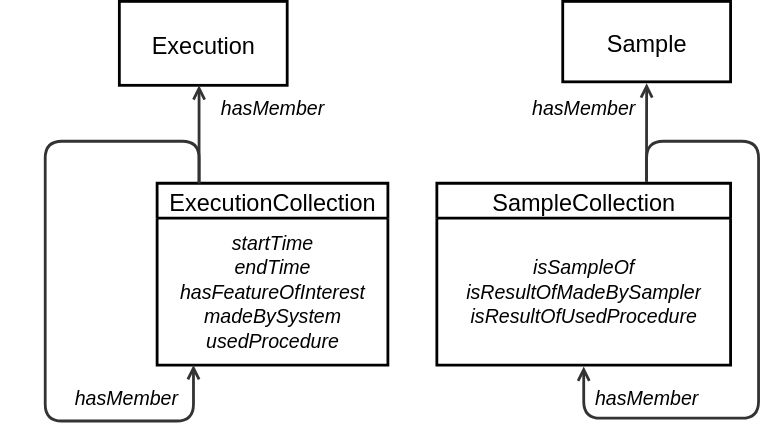
Before: ssn/images/Collections-overview.svg, a diagram exported from draw.io (w3c/sdw-sosa-ssn). Source tidied: cells renumbered, new cells last; positions are measured from the earlier drawing's top-left corner, leaving out a move shared by most shapes. Source of this version:
```xml
<mxGraphModel>
  <root>
    <mxCell id="0" />
    <mxCell id="1" parent="0" />
    <mxCell id="2" value="Sample" style="html=1;overflow=block;blockSpacing=1;whiteSpace=wrap;fontSize=16.8;align=center;spacing=0;strokeColor=#000000;strokeOpacity=100;fillColor=none;strokeWidth=2;fontColor=default;convertToSvg=1;" parent="1" vertex="1">
      <mxGeometry x="402" width="120" height="57.5" as="geometry" />
    </mxCell>
    <mxCell id="3" value="SampleCollection" style="html=1;overflow=block;blockSpacing=1;swimlane;horizontal=1;fontStyle=0;swimlaneFillColor=none;startSize=25;whiteSpace=wrap;fontSize=16.8;align=center;spacing=0;strokeColor=#000000;strokeOpacity=100;fillColor=none;strokeWidth=2;fontColor=default;convertToSvg=1;" parent="1" vertex="1">
      <mxGeometry x="312" y="130" width="210" height="130" as="geometry" />
    </mxCell>
    <mxCell id="4" value="&lt;div style=&quot;display: flex; justify-content: center; text-align: center; align-items: baseline; line-height: 1.25; margin-top: -2px;&quot;&gt;&lt;span style=&quot;font-style: italic;&quot;&gt;&lt;font style=&quot;font-size: 14px;&quot;&gt;isSampleOf&lt;/font&gt;&lt;/span&gt;&lt;/div&gt;&lt;div style=&quot;display: flex; justify-content: center; text-align: center; align-items: baseline; line-height: 1.25; margin-top: -2px;&quot;&gt;&lt;span&gt;&lt;span style=&quot;font-style: italic;&quot;&gt;&lt;font style=&quot;font-size: 14px;&quot;&gt;isResultOfMadeBySampler&lt;br&gt;&lt;/font&gt;&lt;/span&gt;&lt;/span&gt;&lt;/div&gt;&lt;div style=&quot;display: flex; justify-content: center; text-align: center; align-items: baseline; line-height: 1.25; margin-top: -2px;&quot;&gt;&lt;span style=&quot;font-style: italic;&quot;&gt;&lt;font style=&quot;font-size: 14px;&quot;&gt;isResultOfUsedProcedure&lt;/font&gt;&lt;/span&gt;&lt;/div&gt;" style="html=1;strokeColor=none;fillColor=none;verticalAlign=middle;spacingLeft=4;spacingRight=4;overflow=hidden;swimlaneFillColor=#unset;strokeOpacity=100;whiteSpace=wrap;fontSize=15.2;fontStyle=2;align=center;fontColor=default;convertToSvg=1;strokeWidth=2;" parent="3" vertex="1">
      <mxGeometry y="25" width="210" height="105" as="geometry" />
    </mxCell>
    <mxCell id="5" style="html=1;jettySize=18;whiteSpace=wrap;overflow=block;blockSpacing=1;fontSize=13;strokeColor=#333333;strokeOpacity=100;strokeWidth=2;rounded=1;arcSize=24;edgeStyle=orthogonalEdgeStyle;startArrow=none;endArrow=open;exitX=0.714;exitY=-0.008;exitPerimeter=0;entryX=0.5;entryY=1.019;entryPerimeter=0;lucidId=q-viuPLhjX~.;fontColor=default;convertToSvg=1;" parent="1" edge="1" source="3" target="2">
      <mxGeometry relative="1" as="geometry" />
    </mxCell>
    <mxCell id="6" value="hasMember" style="html=1;overflow=block;blockSpacing=1;whiteSpace=wrap;fontSize=14;fontColor=default;fontStyle=2;align=center;spacing=0;strokeColor=none;strokeOpacity=100;fillOpacity=100;fillColor=none;strokeWidth=2;lucidId=F-vikUpGgE~q;convertToSvg=1;" parent="1" vertex="1">
      <mxGeometry x="372" y="60.5" width="90" height="30" as="geometry" />
    </mxCell>
    <mxCell id="7" style="html=1;jettySize=18;whiteSpace=wrap;overflow=block;blockSpacing=1;fontSize=13;strokeColor=#333333;strokeOpacity=100;strokeWidth=2;rounded=1;arcSize=24;edgeStyle=orthogonalEdgeStyle;startArrow=none;endArrow=open;exitX=0.714;exitY=-0.008;exitPerimeter=0;entryX=0.5;entryY=1.008;entryPerimeter=0;lucidId=x~vinYepkpvg;fontColor=default;convertToSvg=1;" parent="1" edge="1" source="3" target="3">
      <mxGeometry relative="1" as="geometry">
        <Array as="points">
          <mxPoint x="462" y="100" />
          <mxPoint x="542" y="100" />
          <mxPoint x="542" y="298" />
          <mxPoint x="417" y="298" />
        </Array>
      </mxGeometry>
    </mxCell>
    <mxCell id="8" value="hasMember" style="html=1;overflow=block;blockSpacing=1;whiteSpace=wrap;fontSize=14;fontColor=default;fontStyle=2;align=center;spacing=0;strokeColor=none;strokeOpacity=100;fillOpacity=100;fillColor=none;strokeWidth=2;lucidId=R~vi6TBi1Bkf;convertToSvg=1;" parent="1" vertex="1">
      <mxGeometry x="372" y="260" width="180" height="45" as="geometry" />
    </mxCell>
    <mxCell id="9" value="ExecutionCollection" style="html=1;overflow=block;blockSpacing=1;swimlane;horizontal=1;fontStyle=0;swimlaneFillColor=none;startSize=25;whiteSpace=wrap;fontSize=16.8;align=center;spacing=0;strokeColor=#000000;strokeOpacity=100;fillColor=none;strokeWidth=2;fontColor=default;convertToSvg=1;" parent="1" vertex="1">
      <mxGeometry x="112" y="130" width="165" height="130" as="geometry" />
    </mxCell>
    <mxCell id="10" value="&lt;div style=&quot;display: flex; justify-content: center; text-align: center; align-items: baseline; line-height: 1.25; margin-top: -2px;&quot;&gt;&lt;span style=&quot;font-style: italic;&quot;&gt;&lt;font style=&quot;font-size: 14px;&quot;&gt;startTime&lt;br&gt;&lt;/font&gt;&lt;/span&gt;&lt;/div&gt;&lt;div style=&quot;display: flex; justify-content: center; text-align: center; align-items: baseline; line-height: 1.25; margin-top: -2px;&quot;&gt;&lt;span&gt;&lt;span style=&quot;font-style: italic;&quot;&gt;&lt;font style=&quot;font-size: 14px;&quot;&gt;endTime&lt;br&gt;&lt;/font&gt;&lt;/span&gt;&lt;/span&gt;&lt;/div&gt;&lt;div style=&quot;display: flex; justify-content: center; text-align: center; align-items: baseline; line-height: 1.25; margin-top: -2px;&quot;&gt;&lt;span&gt;&lt;span style=&quot;font-style: italic;&quot;&gt;&lt;font style=&quot;font-size: 14px;&quot;&gt;hasFeatureOfInterest&lt;br&gt;&lt;/font&gt;&lt;/span&gt;&lt;/span&gt;&lt;/div&gt;&lt;div style=&quot;display: flex; justify-content: center; text-align: center; align-items: baseline; line-height: 1.25; margin-top: -2px;&quot;&gt;&lt;span&gt;&lt;span style=&quot;font-style: italic;&quot;&gt;&lt;font style=&quot;font-size: 14px;&quot;&gt;madeBySystem&lt;br&gt;&lt;/font&gt;&lt;/span&gt;&lt;/span&gt;&lt;/div&gt;&lt;div style=&quot;display: flex; justify-content: center; text-align: center; align-items: baseline; line-height: 1.25; margin-top: -2px;&quot;&gt;&lt;span style=&quot;font-style: italic;&quot;&gt;&lt;font style=&quot;font-size: 14px;&quot;&gt;usedProcedure&lt;/font&gt;&lt;/span&gt;&lt;/div&gt;" style="html=1;strokeColor=none;fillColor=none;verticalAlign=middle;spacingLeft=4;spacingRight=4;overflow=hidden;points=[[0,0.5],[1,0.5]];portConstraint=eastwest;swimlaneFillColor=#unset;strokeOpacity=100;whiteSpace=wrap;fontSize=15.2;fontStyle=2;align=center;fontColor=default;convertToSvg=1;strokeWidth=2;" parent="9" vertex="1">
      <mxGeometry y="25" width="165" height="105" as="geometry" />
    </mxCell>
    <mxCell id="11" value="Execution" style="html=1;overflow=block;blockSpacing=1;whiteSpace=wrap;fontSize=16.8;align=center;spacing=0;strokeColor=#000000;strokeOpacity=100;fillColor=none;strokeWidth=2;fontColor=default;convertToSvg=1;" parent="1" vertex="1">
      <mxGeometry x="85" width="120" height="60" as="geometry" />
    </mxCell>
    <mxCell id="12" style="html=1;jettySize=18;whiteSpace=wrap;overflow=block;blockSpacing=1;fontSize=13;strokeColor=#333333;strokeOpacity=100;strokeWidth=2;rounded=1;arcSize=24;edgeStyle=orthogonalEdgeStyle;startArrow=none;endArrow=open;lucidId=ljVd5Jlxdr9h;fontColor=default;convertToSvg=1;" parent="1" edge="1" source="9" target="11">
      <mxGeometry relative="1" as="geometry">
        <Array as="points">
          <mxPoint x="142" y="90" />
          <mxPoint x="142" y="90" />
        </Array>
      </mxGeometry>
    </mxCell>
    <mxCell id="13" value="hasMember" style="html=1;overflow=block;blockSpacing=1;whiteSpace=wrap;fontSize=14;fontColor=default;fontStyle=2;align=center;spacing=0;strokeColor=none;strokeOpacity=100;fillOpacity=100;fillColor=none;strokeWidth=2;lucidId=ljVdN9H6N_9F;convertToSvg=1;" parent="1" vertex="1">
      <mxGeometry x="149.5" y="60" width="90" height="30" as="geometry" />
    </mxCell>
    <mxCell id="14" value="hasMember" style="html=1;overflow=block;blockSpacing=1;whiteSpace=wrap;fontSize=14;fontColor=default;fontStyle=2;align=center;spacing=0;strokeColor=none;strokeOpacity=100;fillOpacity=100;fillColor=none;strokeWidth=2;lucidId=ljVd68Q5eW.G;convertToSvg=1;" parent="1" vertex="1">
      <mxGeometry y="260" width="180" height="45" as="geometry" />
    </mxCell>
    <mxCell id="15" style="html=1;jettySize=18;whiteSpace=wrap;overflow=block;blockSpacing=1;fontSize=13;strokeColor=#333333;strokeOpacity=100;strokeWidth=2;rounded=1;arcSize=24;edgeStyle=orthogonalEdgeStyle;startArrow=none;endArrow=open;lucidId=ljVdzdXdGjWN;fontColor=default;convertToSvg=1;" parent="1" edge="1" source="9" target="10">
      <mxGeometry relative="1" as="geometry">
        <Array as="points">
          <mxPoint x="142" y="100" />
          <mxPoint x="32" y="100" />
          <mxPoint x="32" y="300" />
          <mxPoint x="138" y="300" />
        </Array>
      </mxGeometry>
    </mxCell>
  </root>
</mxGraphModel>
```
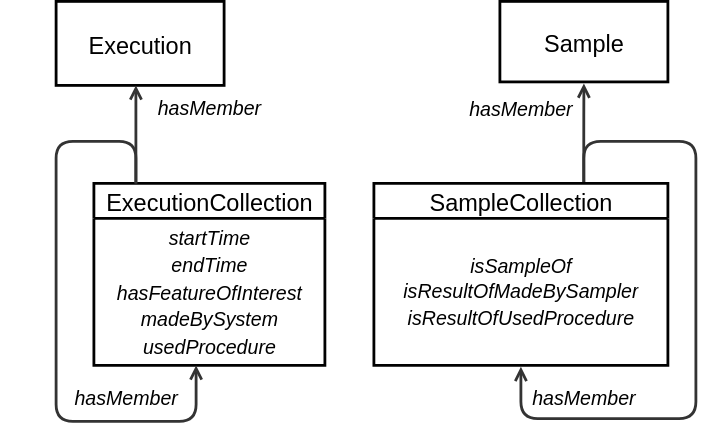
After the commit.

The edit, as a diff of the source:
```diff
@@ -8,7 +8,7 @@
     <mxCell id="3" value="SampleCollection" style="html=1;overflow=block;blockSpacing=1;swimlane;horizontal=1;fontStyle=0;swimlaneFillColor=none;startSize=25;whiteSpace=wrap;fontSize=16.8;align=center;spacing=0;strokeColor=#000000;strokeOpacity=100;fillColor=none;strokeWidth=2;fontColor=default;convertToSvg=1;" parent="1" vertex="1">
       <mxGeometry x="312" y="130" width="210" height="130" as="geometry" />
     </mxCell>
-    <mxCell id="4" value="&lt;div style=&quot;display: flex; justify-content: center; text-align: center; align-items: baseline; line-height: 1.25; margin-top: -2px;&quot;&gt;&lt;span style=&quot;font-style: italic;&quot;&gt;&lt;font style=&quot;font-size: 14px;&quot;&gt;isSampleOf&lt;/font&gt;&lt;/span&gt;&lt;/div&gt;&lt;div style=&quot;display: flex; justify-content: center; text-align: center; align-items: baseline; line-height: 1.25; margin-top: -2px;&quot;&gt;&lt;span&gt;&lt;span style=&quot;font-style: italic;&quot;&gt;&lt;font style=&quot;font-size: 14px;&quot;&gt;isResultOfMadeBySampler&lt;br&gt;&lt;/font&gt;&lt;/span&gt;&lt;/span&gt;&lt;/div&gt;&lt;div style=&quot;display: flex; justify-content: center; text-align: center; align-items: baseline; line-height: 1.25; margin-top: -2px;&quot;&gt;&lt;span style=&quot;font-style: italic;&quot;&gt;&lt;font style=&quot;font-size: 14px;&quot;&gt;isResultOfUsedProcedure&lt;/font&gt;&lt;/span&gt;&lt;/div&gt;" style="html=1;strokeColor=none;fillColor=none;verticalAlign=middle;spacingLeft=4;spacingRight=4;overflow=hidden;swimlaneFillColor=#unset;strokeOpacity=100;whiteSpace=wrap;fontSize=15.2;fontStyle=2;align=center;fontColor=default;convertToSvg=1;strokeWidth=2;" parent="3" vertex="1">
+    <mxCell id="4" value="&lt;div style=&quot;display: flex; justify-content: center; text-align: center; align-items: baseline; line-height: 1.25; margin-top: -2px;&quot;&gt;&lt;span style=&quot;font-style: italic;&quot;&gt;&lt;font style=&quot;font-size: 14px;&quot;&gt;isSampleOf&lt;/font&gt;&lt;/span&gt;&lt;/div&gt;&lt;div style=&quot;display: flex; justify-content: center; text-align: center; align-items: baseline; line-height: 1.25; margin-top: -2px;&quot;&gt;&lt;span&gt;&lt;span style=&quot;font-style: italic;&quot;&gt;&lt;font style=&quot;font-size: 14px;&quot;&gt;isResultOfMadeBySampler&lt;br&gt;&lt;/font&gt;&lt;/span&gt;&lt;span style=&quot;font-size: 14px; background-color: transparent; color: light-dark(rgb(0, 0, 0), rgb(255, 255, 255));&quot;&gt;isResultOfUsedProcedure&lt;/span&gt;&lt;/span&gt;&lt;/div&gt;" style="html=1;strokeColor=none;fillColor=none;verticalAlign=middle;spacingLeft=4;spacingRight=4;overflow=hidden;swimlaneFillColor=#unset;strokeOpacity=100;whiteSpace=wrap;fontSize=15.2;fontStyle=2;align=center;fontColor=default;convertToSvg=1;strokeWidth=2;" parent="3" vertex="1">
       <mxGeometry y="25" width="210" height="105" as="geometry" />
     </mxCell>
     <mxCell id="5" style="html=1;jettySize=18;whiteSpace=wrap;overflow=block;blockSpacing=1;fontSize=13;strokeColor=#333333;strokeOpacity=100;strokeWidth=2;rounded=1;arcSize=24;edgeStyle=orthogonalEdgeStyle;startArrow=none;endArrow=open;exitX=0.714;exitY=-0.008;exitPerimeter=0;entryX=0.5;entryY=1.019;entryPerimeter=0;lucidId=q-viuPLhjX~.;fontColor=default;convertToSvg=1;" parent="1" edge="1" source="3" target="2">
@@ -33,7 +33,7 @@
     <mxCell id="9" value="ExecutionCollection" style="html=1;overflow=block;blockSpacing=1;swimlane;horizontal=1;fontStyle=0;swimlaneFillColor=none;startSize=25;whiteSpace=wrap;fontSize=16.8;align=center;spacing=0;strokeColor=#000000;strokeOpacity=100;fillColor=none;strokeWidth=2;fontColor=default;convertToSvg=1;" parent="1" vertex="1">
       <mxGeometry x="112" y="130" width="165" height="130" as="geometry" />
     </mxCell>
-    <mxCell id="10" value="&lt;div style=&quot;display: flex; justify-content: center; text-align: center; align-items: baseline; line-height: 1.25; margin-top: -2px;&quot;&gt;&lt;span style=&quot;font-style: italic;&quot;&gt;&lt;font style=&quot;font-size: 14px;&quot;&gt;startTime&lt;br&gt;&lt;/font&gt;&lt;/span&gt;&lt;/div&gt;&lt;div style=&quot;display: flex; justify-content: center; text-align: center; align-items: baseline; line-height: 1.25; margin-top: -2px;&quot;&gt;&lt;span&gt;&lt;span style=&quot;font-style: italic;&quot;&gt;&lt;font style=&quot;font-size: 14px;&quot;&gt;endTime&lt;br&gt;&lt;/font&gt;&lt;/span&gt;&lt;/span&gt;&lt;/div&gt;&lt;div style=&quot;display: flex; justify-content: center; text-align: center; align-items: baseline; line-height: 1.25; margin-top: -2px;&quot;&gt;&lt;span&gt;&lt;span style=&quot;font-style: italic;&quot;&gt;&lt;font style=&quot;font-size: 14px;&quot;&gt;hasFeatureOfInterest&lt;br&gt;&lt;/font&gt;&lt;/span&gt;&lt;/span&gt;&lt;/div&gt;&lt;div style=&quot;display: flex; justify-content: center; text-align: center; align-items: baseline; line-height: 1.25; margin-top: -2px;&quot;&gt;&lt;span&gt;&lt;span style=&quot;font-style: italic;&quot;&gt;&lt;font style=&quot;font-size: 14px;&quot;&gt;madeBySystem&lt;br&gt;&lt;/font&gt;&lt;/span&gt;&lt;/span&gt;&lt;/div&gt;&lt;div style=&quot;display: flex; justify-content: center; text-align: center; align-items: baseline; line-height: 1.25; margin-top: -2px;&quot;&gt;&lt;span style=&quot;font-style: italic;&quot;&gt;&lt;font style=&quot;font-size: 14px;&quot;&gt;usedProcedure&lt;/font&gt;&lt;/span&gt;&lt;/div&gt;" style="html=1;strokeColor=none;fillColor=none;verticalAlign=middle;spacingLeft=4;spacingRight=4;overflow=hidden;points=[[0,0.5],[1,0.5]];portConstraint=eastwest;swimlaneFillColor=#unset;strokeOpacity=100;whiteSpace=wrap;fontSize=15.2;fontStyle=2;align=center;fontColor=default;convertToSvg=1;strokeWidth=2;" parent="9" vertex="1">
+    <mxCell id="10" value="&lt;div style=&quot;display: flex; justify-content: center; text-align: center; align-items: baseline; line-height: 1.25; margin-top: -2px;&quot;&gt;&lt;span style=&quot;font-style: italic;&quot;&gt;&lt;font style=&quot;font-size: 14px;&quot;&gt;startTime&lt;br&gt;&lt;/font&gt;&lt;span style=&quot;font-size: 14px; background-color: transparent; color: light-dark(rgb(0, 0, 0), rgb(255, 255, 255));&quot;&gt;endTime&lt;br&gt;&lt;/span&gt;&lt;span style=&quot;font-size: 14px; background-color: transparent; color: light-dark(rgb(0, 0, 0), rgb(255, 255, 255));&quot;&gt;hasFeatureOfInterest&lt;br&gt;&lt;/span&gt;&lt;span style=&quot;font-size: 14px; background-color: transparent; color: light-dark(rgb(0, 0, 0), rgb(255, 255, 255));&quot;&gt;madeBySystem&lt;br&gt;&lt;/span&gt;&lt;span style=&quot;font-size: 14px; background-color: transparent; color: light-dark(rgb(0, 0, 0), rgb(255, 255, 255));&quot;&gt;usedProcedure&lt;/span&gt;&lt;/span&gt;&lt;/div&gt;" style="html=1;strokeColor=none;fillColor=none;verticalAlign=middle;spacingLeft=4;spacingRight=4;overflow=hidden;points=[[0,0.5],[1,0.5]];portConstraint=eastwest;swimlaneFillColor=#unset;strokeOpacity=100;whiteSpace=wrap;fontSize=15.2;fontStyle=2;align=center;fontColor=default;convertToSvg=1;strokeWidth=2;" parent="9" vertex="1">
       <mxGeometry y="25" width="165" height="105" as="geometry" />
     </mxCell>
     <mxCell id="11" value="Execution" style="html=1;overflow=block;blockSpacing=1;whiteSpace=wrap;fontSize=16.8;align=center;spacing=0;strokeColor=#000000;strokeOpacity=100;fillColor=none;strokeWidth=2;fontColor=default;convertToSvg=1;" parent="1" vertex="1">
@@ -51,15 +51,15 @@
       <mxGeometry x="149.5" y="60" width="90" height="30" as="geometry" />
     </mxCell>
     <mxCell id="14" value="hasMember" style="html=1;overflow=block;blockSpacing=1;whiteSpace=wrap;fontSize=14;fontColor=default;fontStyle=2;align=center;spacing=0;strokeColor=none;strokeOpacity=100;fillOpacity=100;fillColor=none;strokeWidth=2;lucidId=ljVd68Q5eW.G;convertToSvg=1;" parent="1" vertex="1">
-      <mxGeometry y="260" width="180" height="45" as="geometry" />
+      <mxGeometry x="45" y="260" width="180" height="45" as="geometry" />
     </mxCell>
     <mxCell id="15" style="html=1;jettySize=18;whiteSpace=wrap;overflow=block;blockSpacing=1;fontSize=13;strokeColor=#333333;strokeOpacity=100;strokeWidth=2;rounded=1;arcSize=24;edgeStyle=orthogonalEdgeStyle;startArrow=none;endArrow=open;lucidId=ljVdzdXdGjWN;fontColor=default;convertToSvg=1;" parent="1" edge="1" source="9" target="10">
       <mxGeometry relative="1" as="geometry">
         <Array as="points">
           <mxPoint x="142" y="100" />
-          <mxPoint x="32" y="100" />
-          <mxPoint x="32" y="300" />
-          <mxPoint x="138" y="300" />
+          <mxPoint x="85" y="100" />
+          <mxPoint x="85" y="300" />
+          <mxPoint x="185" y="300" />
         </Array>
       </mxGeometry>
     </mxCell>
```
